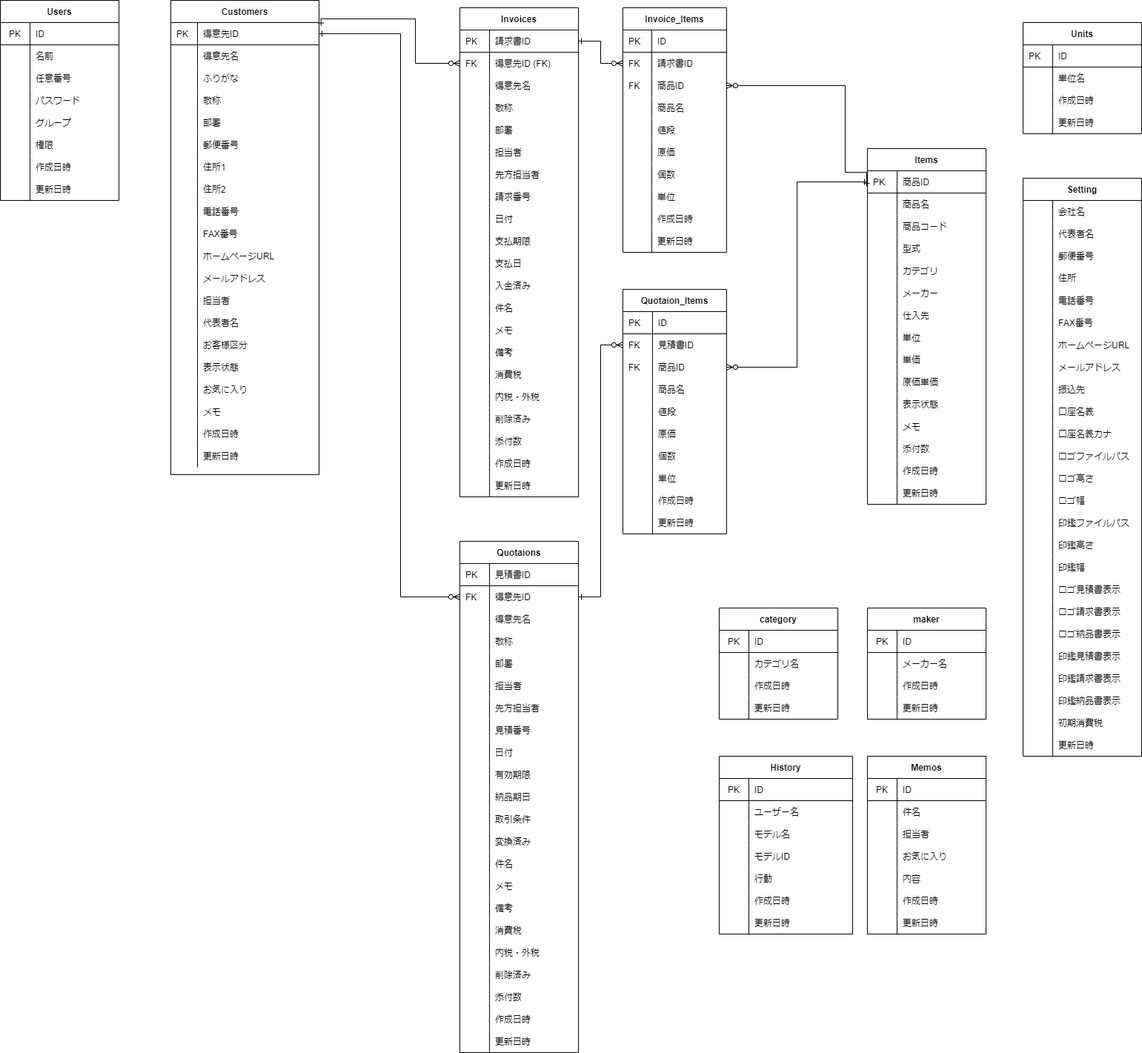
Earlier version of the draw.io export soho_er.png (gamasenninn/caddie-clone). Source tidied: cells renumbered, new cells last; positions are measured from the earlier drawing's top-left corner, leaving out a move shared by most shapes.
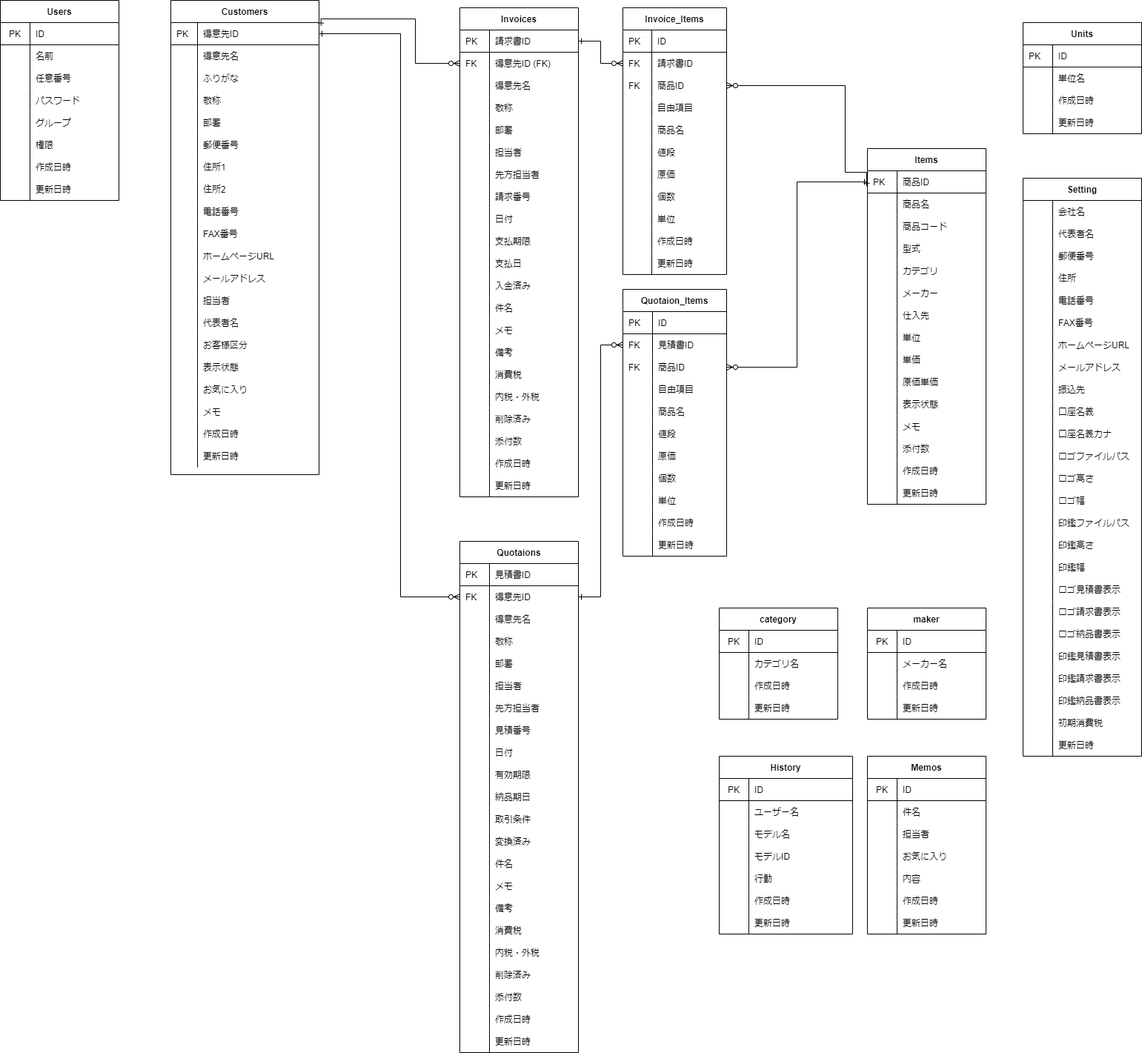
The same diagram one commit later.

What changed in the source:
```diff
@@ -516,7 +516,7 @@
       <mxGeometry x="40" width="120" height="30" as="geometry" />
     </mxCell>
     <mxCell id="173" value="Invoice_Items" style="shape=table;startSize=30;rowLines=0;fontStyle=1;align=center;" parent="1" vertex="1">
-      <mxGeometry x="840" y="10" width="140" height="330" as="geometry" />
+      <mxGeometry x="840" y="10" width="140" height="360" as="geometry" />
     </mxCell>
     <mxCell id="174" style="shape=partialRectangle;html=1;whiteSpace=wrap;fillColor=none;top=0;left=0;bottom=1;right=0;" parent="173" vertex="1">
       <mxGeometry y="30" width="140" height="30" as="geometry" />
@@ -545,8 +545,17 @@
     <mxCell id="182" value="商品ID&amp;nbsp;" style="shape=partialRectangle;html=1;whiteSpace=wrap;fillColor=none;top=0;left=0;bottom=0;right=0;align=left;spacingLeft=6;overflow=hidden;" parent="180" vertex="1">
       <mxGeometry x="39" width="101" height="30" as="geometry" />
     </mxCell>
+    <mxCell id="492" style="shape=partialRectangle;html=1;whiteSpace=wrap;fillColor=none;top=0;left=0;bottom=0;right=0;" parent="173" vertex="1">
+      <mxGeometry y="120" width="140" height="30" as="geometry" />
+    </mxCell>
+    <mxCell id="493" style="shape=partialRectangle;html=1;whiteSpace=wrap;fillColor=none;top=0;left=0;bottom=0;right=0;align=left;spacingLeft=6;overflow=hidden;" parent="492" vertex="1">
+      <mxGeometry width="39" height="30" as="geometry" />
+    </mxCell>
+    <mxCell id="494" value="自由項目" style="shape=partialRectangle;html=1;whiteSpace=wrap;fillColor=none;top=0;left=0;bottom=0;right=0;align=left;spacingLeft=6;overflow=hidden;" parent="492" vertex="1">
+      <mxGeometry x="39" width="101" height="30" as="geometry" />
+    </mxCell>
     <mxCell id="183" style="shape=partialRectangle;html=1;whiteSpace=wrap;fillColor=none;top=0;left=0;bottom=0;right=0;" parent="173" vertex="1">
-      <mxGeometry y="120" width="140" height="30" as="geometry" />
+      <mxGeometry y="150" width="140" height="30" as="geometry" />
     </mxCell>
     <mxCell id="184" style="shape=partialRectangle;html=1;whiteSpace=wrap;fillColor=none;top=0;left=0;bottom=0;right=0;align=left;spacingLeft=6;overflow=hidden;" parent="183" vertex="1">
       <mxGeometry width="39" height="30" as="geometry" />
@@ -555,7 +564,7 @@
       <mxGeometry x="39" width="101" height="30" as="geometry" />
     </mxCell>
     <mxCell id="186" style="shape=partialRectangle;html=1;whiteSpace=wrap;fillColor=none;top=0;left=0;bottom=0;right=0;" parent="173" vertex="1">
-      <mxGeometry y="150" width="140" height="30" as="geometry" />
+      <mxGeometry y="180" width="140" height="30" as="geometry" />
     </mxCell>
     <mxCell id="187" style="shape=partialRectangle;html=1;whiteSpace=wrap;fillColor=none;top=0;left=0;bottom=0;right=0;align=left;spacingLeft=6;overflow=hidden;" parent="186" vertex="1">
       <mxGeometry width="39" height="30" as="geometry" />
@@ -564,7 +573,7 @@
       <mxGeometry x="39" width="101" height="30" as="geometry" />
     </mxCell>
     <mxCell id="189" style="shape=partialRectangle;html=1;whiteSpace=wrap;fillColor=none;top=0;left=0;bottom=0;right=0;" parent="173" vertex="1">
-      <mxGeometry y="180" width="140" height="30" as="geometry" />
+      <mxGeometry y="210" width="140" height="30" as="geometry" />
     </mxCell>
     <mxCell id="190" style="shape=partialRectangle;html=1;whiteSpace=wrap;fillColor=none;top=0;left=0;bottom=0;right=0;align=left;spacingLeft=6;overflow=hidden;" parent="189" vertex="1">
       <mxGeometry width="39" height="30" as="geometry" />
@@ -573,7 +582,7 @@
       <mxGeometry x="39" width="101" height="30" as="geometry" />
     </mxCell>
     <mxCell id="192" style="shape=partialRectangle;html=1;whiteSpace=wrap;fillColor=none;top=0;left=0;bottom=0;right=0;" parent="173" vertex="1">
-      <mxGeometry y="210" width="140" height="30" as="geometry" />
+      <mxGeometry y="240" width="140" height="30" as="geometry" />
     </mxCell>
     <mxCell id="193" style="shape=partialRectangle;html=1;whiteSpace=wrap;fillColor=none;top=0;left=0;bottom=0;right=0;align=left;spacingLeft=6;overflow=hidden;" parent="192" vertex="1">
       <mxGeometry width="39" height="30" as="geometry" />
@@ -582,7 +591,7 @@
       <mxGeometry x="39" width="101" height="30" as="geometry" />
     </mxCell>
     <mxCell id="195" style="shape=partialRectangle;html=1;whiteSpace=wrap;fillColor=none;top=0;left=0;bottom=0;right=0;" parent="173" vertex="1">
-      <mxGeometry y="240" width="140" height="30" as="geometry" />
+      <mxGeometry y="270" width="140" height="30" as="geometry" />
     </mxCell>
     <mxCell id="196" style="shape=partialRectangle;html=1;whiteSpace=wrap;fillColor=none;top=0;left=0;bottom=0;right=0;align=left;spacingLeft=6;overflow=hidden;" parent="195" vertex="1">
       <mxGeometry width="39" height="30" as="geometry" />
@@ -591,7 +600,7 @@
       <mxGeometry x="39" width="101" height="30" as="geometry" />
     </mxCell>
     <mxCell id="198" style="shape=partialRectangle;html=1;whiteSpace=wrap;fillColor=none;top=0;left=0;bottom=0;right=0;" parent="173" vertex="1">
-      <mxGeometry y="270" width="140" height="30" as="geometry" />
+      <mxGeometry y="300" width="140" height="30" as="geometry" />
     </mxCell>
     <mxCell id="199" style="shape=partialRectangle;html=1;whiteSpace=wrap;fillColor=none;top=0;left=0;bottom=0;right=0;align=left;spacingLeft=6;overflow=hidden;" parent="198" vertex="1">
       <mxGeometry width="39" height="30" as="geometry" />
@@ -600,7 +609,7 @@
       <mxGeometry x="39" width="101" height="30" as="geometry" />
     </mxCell>
     <mxCell id="201" style="shape=partialRectangle;html=1;whiteSpace=wrap;fillColor=none;top=0;left=0;bottom=0;right=0;" parent="173" vertex="1">
-      <mxGeometry y="300" width="140" height="30" as="geometry" />
+      <mxGeometry y="330" width="140" height="30" as="geometry" />
     </mxCell>
     <mxCell id="202" style="shape=partialRectangle;html=1;whiteSpace=wrap;fillColor=none;top=0;left=0;bottom=0;right=0;align=left;spacingLeft=6;overflow=hidden;" parent="201" vertex="1">
       <mxGeometry width="39" height="30" as="geometry" />
@@ -810,7 +819,7 @@
       <mxGeometry x="40" width="120" height="30" as="geometry" />
     </mxCell>
     <mxCell id="271" value="Quotaion_Items" style="shape=table;startSize=30;rowLines=0;fontStyle=1;align=center;" parent="1" vertex="1">
-      <mxGeometry x="840" y="390" width="140" height="330" as="geometry" />
+      <mxGeometry x="840" y="390" width="140" height="360" as="geometry" />
     </mxCell>
     <mxCell id="272" style="shape=partialRectangle;html=1;whiteSpace=wrap;fillColor=none;top=0;left=0;bottom=1;right=0;" parent="271" vertex="1">
       <mxGeometry y="30" width="140" height="30" as="geometry" />
@@ -839,8 +848,17 @@
     <mxCell id="280" value="商品ID" style="shape=partialRectangle;html=1;whiteSpace=wrap;fillColor=none;top=0;left=0;bottom=0;right=0;align=left;spacingLeft=6;overflow=hidden;" parent="278" vertex="1">
       <mxGeometry x="40" width="100" height="30" as="geometry" />
     </mxCell>
+    <mxCell id="495" style="shape=partialRectangle;html=1;whiteSpace=wrap;fillColor=none;top=0;left=0;bottom=0;right=0;" parent="271" vertex="1">
+      <mxGeometry y="120" width="140" height="30" as="geometry" />
+    </mxCell>
+    <mxCell id="496" style="shape=partialRectangle;html=1;whiteSpace=wrap;fillColor=none;top=0;left=0;bottom=0;right=0;align=left;spacingLeft=6;overflow=hidden;" parent="495" vertex="1">
+      <mxGeometry width="40" height="30" as="geometry" />
+    </mxCell>
+    <mxCell id="497" value="自由項目" style="shape=partialRectangle;html=1;whiteSpace=wrap;fillColor=none;top=0;left=0;bottom=0;right=0;align=left;spacingLeft=6;overflow=hidden;" parent="495" vertex="1">
+      <mxGeometry x="40" width="100" height="30" as="geometry" />
+    </mxCell>
     <mxCell id="281" style="shape=partialRectangle;html=1;whiteSpace=wrap;fillColor=none;top=0;left=0;bottom=0;right=0;" parent="271" vertex="1">
-      <mxGeometry y="120" width="140" height="30" as="geometry" />
+      <mxGeometry y="150" width="140" height="30" as="geometry" />
     </mxCell>
     <mxCell id="282" style="shape=partialRectangle;html=1;whiteSpace=wrap;fillColor=none;top=0;left=0;bottom=0;right=0;align=left;spacingLeft=6;overflow=hidden;" parent="281" vertex="1">
       <mxGeometry width="40" height="30" as="geometry" />
@@ -849,7 +867,7 @@
       <mxGeometry x="40" width="100" height="30" as="geometry" />
     </mxCell>
     <mxCell id="284" style="shape=partialRectangle;html=1;whiteSpace=wrap;fillColor=none;top=0;left=0;bottom=0;right=0;" parent="271" vertex="1">
-      <mxGeometry y="150" width="140" height="30" as="geometry" />
+      <mxGeometry y="180" width="140" height="30" as="geometry" />
     </mxCell>
     <mxCell id="285" style="shape=partialRectangle;html=1;whiteSpace=wrap;fillColor=none;top=0;left=0;bottom=0;right=0;align=left;spacingLeft=6;overflow=hidden;" parent="284" vertex="1">
       <mxGeometry width="40" height="30" as="geometry" />
@@ -858,7 +876,7 @@
       <mxGeometry x="40" width="100" height="30" as="geometry" />
     </mxCell>
     <mxCell id="287" style="shape=partialRectangle;html=1;whiteSpace=wrap;fillColor=none;top=0;left=0;bottom=0;right=0;" parent="271" vertex="1">
-      <mxGeometry y="180" width="140" height="30" as="geometry" />
+      <mxGeometry y="210" width="140" height="30" as="geometry" />
     </mxCell>
     <mxCell id="288" style="shape=partialRectangle;html=1;whiteSpace=wrap;fillColor=none;top=0;left=0;bottom=0;right=0;align=left;spacingLeft=6;overflow=hidden;" parent="287" vertex="1">
       <mxGeometry width="40" height="30" as="geometry" />
@@ -867,7 +885,7 @@
       <mxGeometry x="40" width="100" height="30" as="geometry" />
     </mxCell>
     <mxCell id="290" style="shape=partialRectangle;html=1;whiteSpace=wrap;fillColor=none;top=0;left=0;bottom=0;right=0;" parent="271" vertex="1">
-      <mxGeometry y="210" width="140" height="30" as="geometry" />
+      <mxGeometry y="240" width="140" height="30" as="geometry" />
     </mxCell>
     <mxCell id="291" style="shape=partialRectangle;html=1;whiteSpace=wrap;fillColor=none;top=0;left=0;bottom=0;right=0;align=left;spacingLeft=6;overflow=hidden;" parent="290" vertex="1">
       <mxGeometry width="40" height="30" as="geometry" />
@@ -876,7 +894,7 @@
       <mxGeometry x="40" width="100" height="30" as="geometry" />
     </mxCell>
     <mxCell id="293" style="shape=partialRectangle;html=1;whiteSpace=wrap;fillColor=none;top=0;left=0;bottom=0;right=0;" parent="271" vertex="1">
-      <mxGeometry y="240" width="140" height="30" as="geometry" />
+      <mxGeometry y="270" width="140" height="30" as="geometry" />
     </mxCell>
     <mxCell id="294" style="shape=partialRectangle;html=1;whiteSpace=wrap;fillColor=none;top=0;left=0;bottom=0;right=0;align=left;spacingLeft=6;overflow=hidden;" parent="293" vertex="1">
       <mxGeometry width="40" height="30" as="geometry" />
@@ -885,7 +903,7 @@
       <mxGeometry x="40" width="100" height="30" as="geometry" />
     </mxCell>
     <mxCell id="296" style="shape=partialRectangle;html=1;whiteSpace=wrap;fillColor=none;top=0;left=0;bottom=0;right=0;" parent="271" vertex="1">
-      <mxGeometry y="270" width="140" height="30" as="geometry" />
+      <mxGeometry y="300" width="140" height="30" as="geometry" />
     </mxCell>
     <mxCell id="297" style="shape=partialRectangle;html=1;whiteSpace=wrap;fillColor=none;top=0;left=0;bottom=0;right=0;align=left;spacingLeft=6;overflow=hidden;" parent="296" vertex="1">
       <mxGeometry width="40" height="30" as="geometry" />
@@ -894,7 +912,7 @@
       <mxGeometry x="40" width="100" height="30" as="geometry" />
     </mxCell>
     <mxCell id="299" style="shape=partialRectangle;html=1;whiteSpace=wrap;fillColor=none;top=0;left=0;bottom=0;right=0;" parent="271" vertex="1">
-      <mxGeometry y="300" width="140" height="30" as="geometry" />
+      <mxGeometry y="330" width="140" height="30" as="geometry" />
     </mxCell>
     <mxCell id="300" style="shape=partialRectangle;html=1;whiteSpace=wrap;fillColor=none;top=0;left=0;bottom=0;right=0;align=left;spacingLeft=6;overflow=hidden;" parent="299" vertex="1">
       <mxGeometry width="40" height="30" as="geometry" />
```
